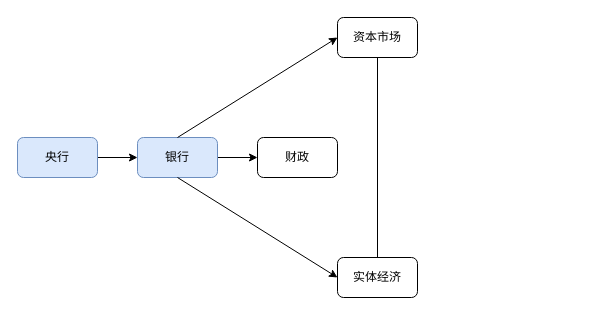
Above: 1.drawio in stelvetica/draw.io (draw.io), before the change. Source tidied: cells renumbered, new cells numbered last; positions are measured from the earlier drawing's top-left corner, leaving out a move shared by most shapes. Both pictures are drawn from the tidied source at 100%, with x=0, y=0 at pixel (17, 17).
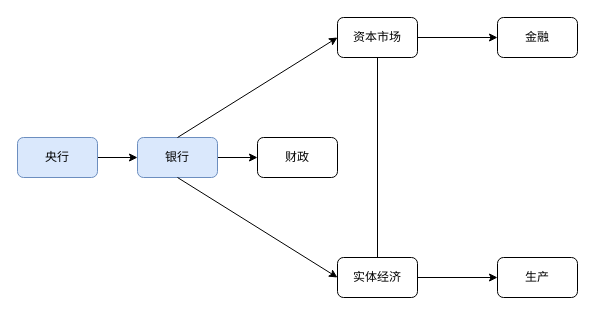
The same diagram, later.

Diff of the diagram source:
```diff
@@
 <mxGraphModel>
   <root>
     <mxCell id="0" />
     <mxCell id="1" parent="0" />
+    <mxCell id="12" style="edgeStyle=orthogonalEdgeStyle;rounded=0;jettySize=auto;html=1;" parent="1" edge="1" source="2" target="14">
+      <mxGeometry relative="1" as="geometry" />
+    </mxCell>
     <mxCell id="2" value="资本市场" style="whiteSpace=wrap;html=1;rounded=1;" parent="1" vertex="1">
       <mxGeometry x="320" width="80" height="40" as="geometry" />
     </mxCell>
+    <mxCell id="13" style="edgeStyle=orthogonalEdgeStyle;rounded=0;jettySize=auto;html=1;" parent="1" edge="1" source="3" target="15">
+      <mxGeometry relative="1" as="geometry" />
+    </mxCell>
     <mxCell id="3" value="实体经济" style="whiteSpace=wrap;html=1;rounded=1;" parent="1" vertex="1">
       <mxGeometry x="320" y="240" width="80" height="40" as="geometry" />
     </mxCell>
     <mxCell id="4" style="edgeStyle=orthogonalEdgeStyle;rounded=1;jettySize=auto;html=1;" parent="1" edge="1" source="5" target="11">
       <mxGeometry relative="1" as="geometry" />
     </mxCell>
     <mxCell id="5" value="银行" style="whiteSpace=wrap;html=1;rounded=1;labelBackgroundColor=none;labelBorderColor=none;fillColor=#dae8fc;strokeColor=#6c8ebf;" parent="1" vertex="1">
       <mxGeometry x="120" y="120" width="80" height="40" as="geometry" />
     </mxCell>
     <mxCell id="6" style="edgeStyle=orthogonalEdgeStyle;rounded=1;jettySize=auto;html=1;" parent="1" edge="1" source="7" target="5">
       <mxGeometry relative="1" as="geometry" />
     </mxCell>
     <mxCell id="7" value="央行" style="whiteSpace=wrap;html=1;rounded=1;labelBackgroundColor=none;labelBorderColor=none;fillColor=#dae8fc;strokeColor=#6c8ebf;" parent="1" vertex="1">
       <mxGeometry y="120" width="80" height="40" as="geometry" />
     </mxCell>
     <mxCell id="8" style="endArrow=classic;html=1;rounded=1;entryX=0;entryY=0.5;entryDx=0;entryDy=0;exitX=0.5;exitY=1;exitDx=0;exitDy=0;" parent="1" edge="1" source="5" target="3">
       <mxGeometry relative="1" as="geometry" />
     </mxCell>
     <mxCell id="9" style="endArrow=none;html=1;rounded=1;exitX=0.5;exitY=0;exitDx=0;exitDy=0;entryX=0.5;entryY=1;entryDx=0;entryDy=0;" parent="1" edge="1" source="3" target="2">
       <mxGeometry relative="1" as="geometry" />
     </mxCell>
     <mxCell id="10" style="endArrow=classic;html=1;rounded=1;exitX=0.5;exitY=0;exitDx=0;exitDy=0;entryX=0;entryY=0.5;entryDx=0;entryDy=0;" parent="1" edge="1" source="5" target="2">
       <mxGeometry relative="1" as="geometry" />
     </mxCell>
     <mxCell id="11" value="财政" style="whiteSpace=wrap;html=1;rounded=1;" parent="1" vertex="1">
       <mxGeometry x="240" y="120" width="80" height="40" as="geometry" />
     </mxCell>
+    <mxCell id="14" value="金融" style="whiteSpace=wrap;html=1;rounded=1;" parent="1" vertex="1">
+      <mxGeometry x="480" width="80" height="40" as="geometry" />
+    </mxCell>
+    <mxCell id="15" value="生产" style="whiteSpace=wrap;html=1;rounded=1;" parent="1" vertex="1">
+      <mxGeometry x="480" y="240" width="80" height="40" as="geometry" />
+    </mxCell>
   </root>
 </mxGraphModel>
```
